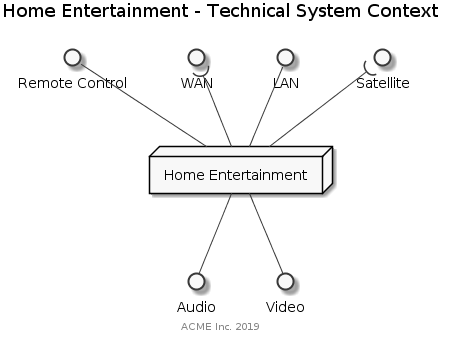
The PlantUML diagram system/0.9.0/_images/system-context-technical.png in anoff/antora-arc42, before a commit.
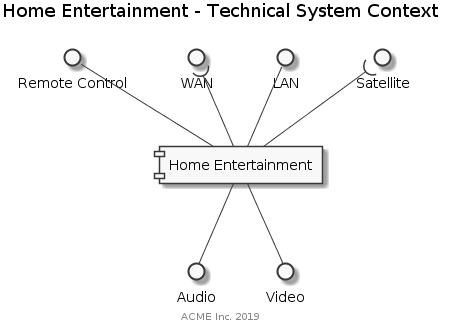
Later version of the same file.

The edit, as a diff of the source:
```diff
@@ -3,7 +3,7 @@
 title Home Entertainment - Technical System Context
 footer ACME Inc. 2019
 
-node "Home Entertainment" as system
+component "Home Entertainment" as system
 
 interface "Remote Control" as rc
 interface WAN
```
